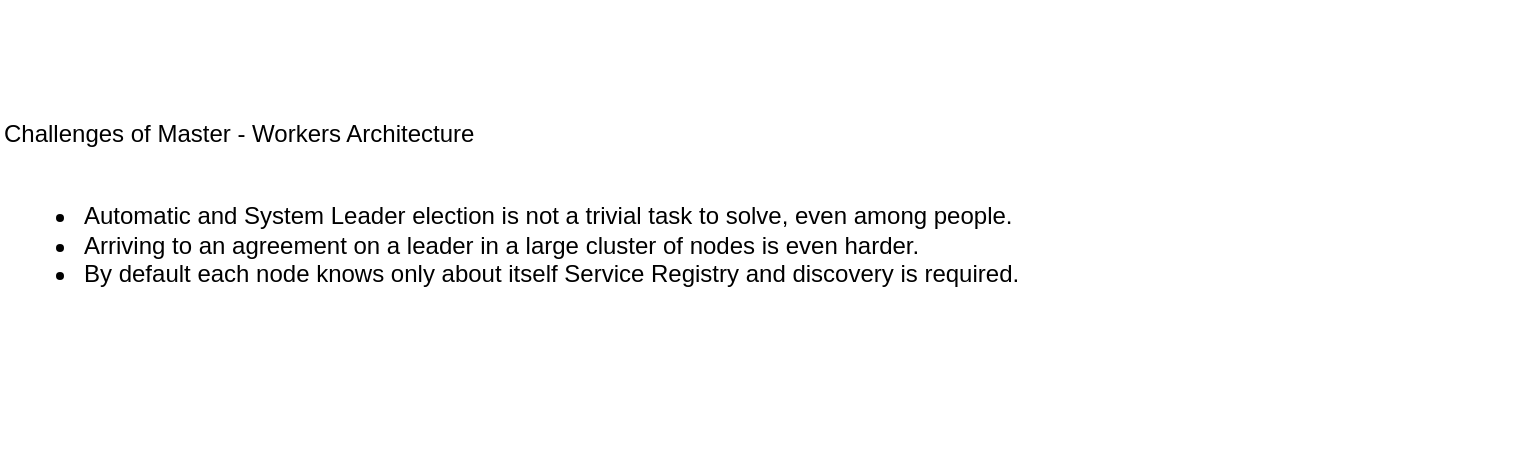
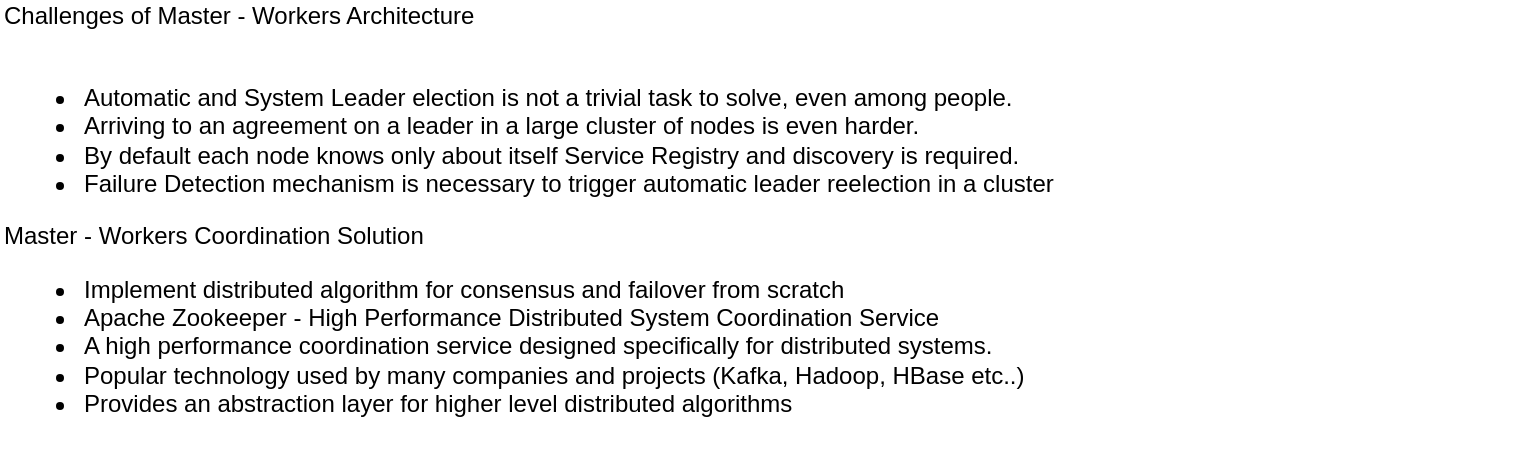
<mxfile host="app.diagrams.net">
  <diagram name="Page-1" id="tO2NQB0IofIboXUTSpVf">
    <mxGraphModel dx="1841" dy="700" grid="1" gridSize="10" guides="1" tooltips="1" connect="1" arrows="1" fold="1" page="1" pageScale="1" pageWidth="850" pageHeight="1100" math="0" shadow="0">
      <root>
        <mxCell id="0" />
        <mxCell id="1" parent="0" />
-         <mxCell id="MGsdMgP7l0InPqgAwvWF-1" parent="1" style="text;html=1;whiteSpace=wrap;strokeColor=none;fillColor=none;align=left;verticalAlign=middle;rounded=0;" value="&lt;div&gt;Challenges of Master - Workers Architecture&lt;/div&gt;&lt;div&gt;&lt;br&gt;&lt;/div&gt;&lt;div&gt;&lt;ul&gt;&lt;li&gt;Automatic and System Leader election is not a trivial task to solve, even among people.&lt;/li&gt;&lt;li&gt;Arriving to an agreement on a leader in a large cluster of nodes is even harder.&lt;/li&gt;&lt;li&gt;By default each node knows only about itself Service Registry and discovery is required.&lt;/li&gt;&lt;/ul&gt;&lt;/div&gt;&lt;div&gt;&lt;br&gt;&lt;/div&gt;" vertex="1">
+         <mxCell id="MGsdMgP7l0InPqgAwvWF-1" parent="1" style="text;html=1;whiteSpace=wrap;strokeColor=none;fillColor=none;align=left;verticalAlign=middle;rounded=0;" value="&lt;div&gt;Challenges of Master - Workers Architecture&lt;/div&gt;&lt;div&gt;&lt;br&gt;&lt;/div&gt;&lt;div&gt;&lt;ul&gt;&lt;li&gt;Automatic and System Leader election is not a trivial task to solve, even among people.&lt;/li&gt;&lt;li&gt;Arriving to an agreement on a leader in a large cluster of nodes is even harder.&lt;/li&gt;&lt;li&gt;By default each node knows only about itself Service Registry and discovery is required.&lt;/li&gt;&lt;li&gt;Failure Detection mechanism is necessary to trigger automatic leader reelection in a cluster&lt;/li&gt;&lt;/ul&gt;&lt;div&gt;Master - Workers Coordination Solution&lt;/div&gt;&lt;div&gt;&lt;ul&gt;&lt;li&gt;Implement distributed algorithm for consensus and failover from scratch&lt;/li&gt;&lt;li&gt;Apache Zookeeper - High Performance Distributed System Coordination Service&amp;nbsp;&lt;/li&gt;&lt;li&gt;A high performance coordination service designed specifically for distributed systems.&lt;/li&gt;&lt;li&gt;Popular technology used by many companies and projects (Kafka, Hadoop, HBase etc..)&lt;/li&gt;&lt;li&gt;Provides an abstraction layer for higher level distributed algorithms&lt;/li&gt;&lt;/ul&gt;&lt;/div&gt;&lt;/div&gt;&lt;div&gt;&lt;br&gt;&lt;/div&gt;" vertex="1">
          <mxGeometry height="230" width="760" x="40" y="50" as="geometry" />
        </mxCell>
      </root>
    </mxGraphModel>
  </diagram>
</mxfile>
